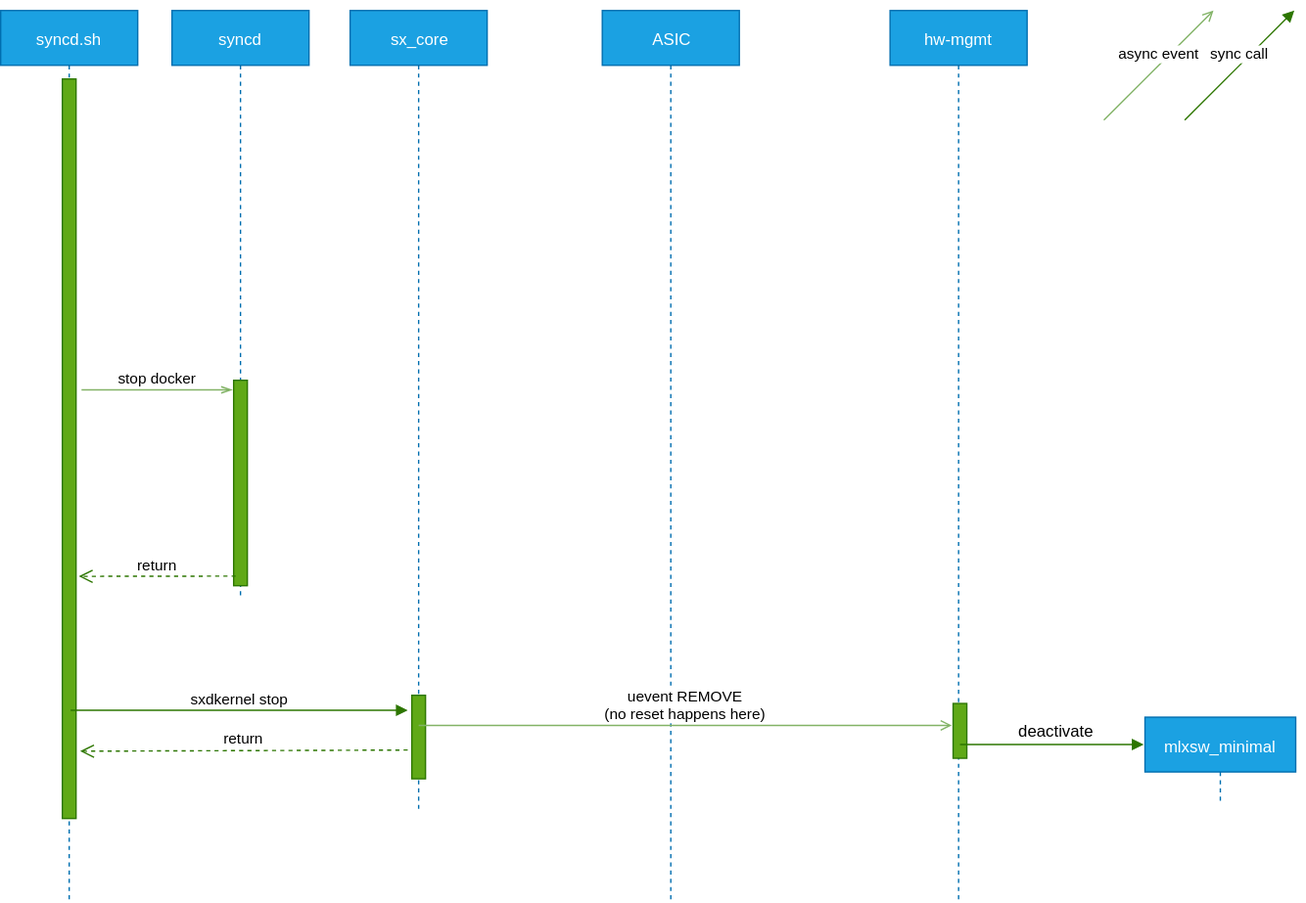
Before: doc/mlnx_only_doc/hw-mgmt-sxcore-syncd-stop.svg, a diagram exported from draw.io (stepanblyschak/SONiC). Source tidied: cells renumbered, new cells last; positions are measured from the earlier drawing's top-left corner, leaving out a move shared by most shapes.
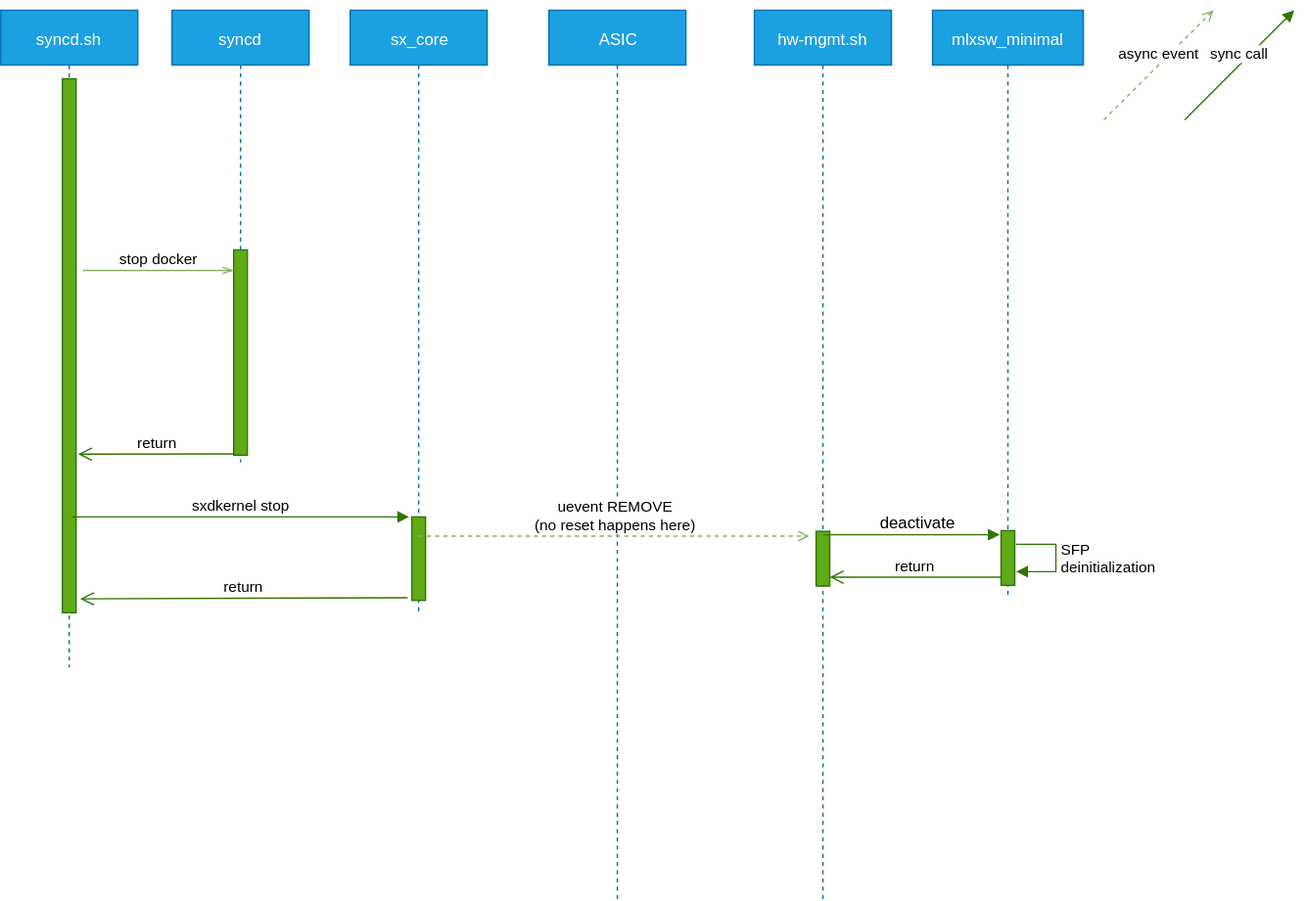
After the change.

Diff of the diagram source:
```diff
@@ -3,33 +3,33 @@
     <mxCell id="0" />
     <mxCell id="1" parent="0" />
     <mxCell id="2" value="syncd.sh" style="shape=umlLifeline;perimeter=lifelinePerimeter;whiteSpace=wrap;html=1;fillColor=#1ba1e2;strokeColor=#006EAF;fontColor=#ffffff;" parent="1" vertex="1">
-      <mxGeometry width="100" height="650" as="geometry" />
+      <mxGeometry width="100" height="480" as="geometry" />
     </mxCell>
     <mxCell id="3" style="html=1;points=[];perimeter=orthogonalPerimeter;fillColor=#60a917;strokeColor=#2D7600;fontColor=#ffffff;" parent="2" vertex="1">
-      <mxGeometry x="45" y="50" width="10" height="540" as="geometry" />
+      <mxGeometry x="45" y="50" width="10" height="390" as="geometry" />
     </mxCell>
     <mxCell id="4" value="ASIC" style="shape=umlLifeline;perimeter=lifelinePerimeter;whiteSpace=wrap;html=1;fillColor=#1ba1e2;strokeColor=#006EAF;fontColor=#ffffff;" parent="1" vertex="1">
-      <mxGeometry x="439" width="100" height="650" as="geometry" />
+      <mxGeometry x="400" width="100" height="650" as="geometry" />
     </mxCell>
-    <mxCell id="5" value="hw-mgmt" style="shape=umlLifeline;perimeter=lifelinePerimeter;whiteSpace=wrap;html=1;fillColor=#1ba1e2;strokeColor=#006EAF;fontColor=#ffffff;" parent="1" vertex="1">
-      <mxGeometry x="649" width="100" height="650" as="geometry" />
+    <mxCell id="5" value="hw-mgmt.sh" style="shape=umlLifeline;perimeter=lifelinePerimeter;whiteSpace=wrap;html=1;fillColor=#1ba1e2;strokeColor=#006EAF;fontColor=#ffffff;" parent="1" vertex="1">
+      <mxGeometry x="550" width="100" height="650" as="geometry" />
     </mxCell>
     <mxCell id="6" style="html=1;points=[];perimeter=orthogonalPerimeter;fillColor=#60a917;strokeColor=#2D7600;fontColor=#ffffff;" parent="5" vertex="1">
-      <mxGeometry x="46" y="506" width="10" height="40" as="geometry" />
+      <mxGeometry x="45" y="380.5" width="10" height="40" as="geometry" />
     </mxCell>
     <mxCell id="7" value="sx_core" style="shape=umlLifeline;perimeter=lifelinePerimeter;whiteSpace=wrap;html=1;fillColor=#1ba1e2;strokeColor=#006EAF;fontColor=#ffffff;" parent="1" vertex="1">
-      <mxGeometry x="255" width="100" height="585" as="geometry" />
+      <mxGeometry x="255" width="100" height="440" as="geometry" />
     </mxCell>
     <mxCell id="8" style="html=1;perimeter=orthogonalPerimeter;fillColor=#60a917;strokeColor=#2D7600;fontColor=#ffffff;" parent="7" vertex="1">
-      <mxGeometry x="45" y="500" width="10" height="61" as="geometry" />
+      <mxGeometry x="45" y="370" width="10" height="61" as="geometry" />
     </mxCell>
     <mxCell id="9" value="mlxsw_minimal" style="shape=umlLifeline;perimeter=lifelinePerimeter;whiteSpace=wrap;html=1;fillColor=#1ba1e2;strokeColor=#006EAF;fontColor=#ffffff;" parent="1" vertex="1">
-      <mxGeometry x="835" y="516" width="110" height="64" as="geometry" />
+      <mxGeometry x="680" width="110" height="430" as="geometry" />
     </mxCell>
     <mxCell id="10" style="html=1;verticalAlign=bottom;endArrow=block;fillColor=#60a917;strokeColor=#2D7600;" parent="1" edge="1">
       <mxGeometry relative="1" as="geometry">
-        <mxPoint x="700" y="536" as="sourcePoint" />
-        <mxPoint x="834" y="536" as="targetPoint" />
+        <mxPoint x="601" y="383" as="sourcePoint" />
+        <mxPoint x="729" y="383" as="targetPoint" />
       </mxGeometry>
     </mxCell>
     <mxCell id="11" value="deactivate" style="text;html=1;align=center;verticalAlign=middle;labelBackgroundColor=#ffffff;" parent="10" vertex="1">
@@ -38,12 +38,12 @@
       </mxGeometry>
     </mxCell>
     <mxCell id="12" value="syncd" style="shape=umlLifeline;perimeter=lifelinePerimeter;whiteSpace=wrap;html=1;fillColor=#1ba1e2;strokeColor=#006EAF;fontColor=#ffffff;" parent="1" vertex="1">
-      <mxGeometry x="125" width="100" height="430" as="geometry" />
+      <mxGeometry x="125" width="100" height="330" as="geometry" />
     </mxCell>
     <mxCell id="13" style="html=1;perimeter=orthogonalPerimeter;fillColor=#60a917;strokeColor=#2D7600;fontColor=#ffffff;" parent="12" vertex="1">
-      <mxGeometry x="45" y="270" width="10" height="150" as="geometry" />
+      <mxGeometry x="45" y="175" width="10" height="150" as="geometry" />
     </mxCell>
-    <mxCell id="14" value="async event" style="html=1;verticalAlign=bottom;endArrow=open;endFill=0;fillColor=#d5e8d4;strokeColor=#82b366;" parent="1" edge="1">
+    <mxCell id="14" value="async event" style="html=1;verticalAlign=bottom;endArrow=open;endFill=0;fillColor=#d5e8d4;strokeColor=#82b366;dashed=1;" parent="1" edge="1">
       <mxGeometry relative="1" as="geometry">
         <mxPoint x="805" y="80" as="sourcePoint" />
         <mxPoint x="885" as="targetPoint" />
@@ -57,32 +57,48 @@
     </mxCell>
     <mxCell id="16" value="stop docker" style="html=1;verticalAlign=bottom;endArrow=openThin;endFill=0;fillColor=#d5e8d4;strokeColor=#82b366;" parent="1" edge="1">
       <mxGeometry relative="1" as="geometry">
-        <mxPoint x="59" y="277" as="sourcePoint" />
-        <mxPoint x="169" y="277" as="targetPoint" />
+        <mxPoint x="60" y="190" as="sourcePoint" />
+        <mxPoint x="170" y="190" as="targetPoint" />
       </mxGeometry>
     </mxCell>
-    <mxCell id="17" value="return" style="html=1;verticalAlign=bottom;endArrow=open;dashed=1;endSize=8;fillColor=#60a917;strokeColor=#2D7600;entryX=1.3;entryY=0.909;entryDx=0;entryDy=0;entryPerimeter=0;" parent="1" edge="1" target="3">
+    <mxCell id="17" value="return" style="html=1;verticalAlign=bottom;endArrow=open;endSize=8;fillColor=#60a917;strokeColor=#2D7600;entryX=1.3;entryY=0.909;entryDx=0;entryDy=0;entryPerimeter=0;" parent="1" edge="1">
       <mxGeometry relative="1" as="geometry">
-        <mxPoint x="297" y="540" as="sourcePoint" />
+        <mxPoint x="297" y="429" as="sourcePoint" />
+        <mxPoint x="58" y="429.9" as="targetPoint" />
       </mxGeometry>
     </mxCell>
-    <mxCell id="18" value="uevent REMOVE&lt;br&gt;(no reset happens here)" style="html=1;verticalAlign=bottom;endArrow=open;endFill=0;fillColor=#d5e8d4;strokeColor=#82b366;" parent="1" edge="1">
+    <mxCell id="18" value="uevent REMOVE&lt;br&gt;(no reset happens here)" style="html=1;verticalAlign=bottom;endArrow=open;endFill=0;fillColor=#d5e8d4;strokeColor=#82b366;dashed=1;" parent="1" edge="1">
       <mxGeometry relative="1" as="geometry">
-        <mxPoint x="305" y="522" as="sourcePoint" />
-        <mxPoint x="694" y="522" as="targetPoint" />
+        <mxPoint x="305" y="384" as="sourcePoint" />
+        <mxPoint x="590" y="384" as="targetPoint" />
       </mxGeometry>
     </mxCell>
     <mxCell id="19" value="sxdkernel stop" style="html=1;verticalAlign=bottom;endArrow=block;fillColor=#60a917;strokeColor=#2D7600;" parent="1" edge="1">
       <mxGeometry relative="1" as="geometry">
-        <mxPoint x="51" y="511" as="sourcePoint" />
-        <mxPoint x="297" y="511" as="targetPoint" />
+        <mxPoint x="52" y="370" as="sourcePoint" />
+        <mxPoint x="298" y="370" as="targetPoint" />
       </mxGeometry>
     </mxCell>
-    <mxCell id="20" value="return" style="html=1;verticalAlign=bottom;endArrow=open;dashed=1;endSize=8;fillColor=#60a917;strokeColor=#2D7600;entryX=1.5;entryY=0.704;entryDx=0;entryDy=0;entryPerimeter=0;" parent="1" edge="1">
+    <mxCell id="20" value="return" style="html=1;verticalAlign=bottom;endArrow=open;endSize=8;fillColor=#60a917;strokeColor=#2D7600;entryX=1.5;entryY=0.704;entryDx=0;entryDy=0;entryPerimeter=0;" parent="1" edge="1">
       <mxGeometry relative="1" as="geometry">
-        <mxPoint x="171.5" y="413" as="sourcePoint" />
-        <mxPoint x="57" y="413.2" as="targetPoint" />
+        <mxPoint x="171" y="324" as="sourcePoint" />
+        <mxPoint x="56.5" y="324.2" as="targetPoint" />
       </mxGeometry>
     </mxCell>
+    <mxCell id="21" style="html=1;points=[];perimeter=orthogonalPerimeter;fillColor=#60a917;strokeColor=#2D7600;fontColor=#ffffff;" parent="1" vertex="1">
+      <mxGeometry x="730" y="380" width="10" height="40" as="geometry" />
+    </mxCell>
+    <mxCell id="22" value="return" style="html=1;verticalAlign=bottom;endArrow=open;endSize=8;fillColor=#60a917;strokeColor=#2D7600;entryX=1;entryY=0.838;entryDx=0;entryDy=0;entryPerimeter=0;exitX=0;exitY=0.85;exitDx=0;exitDy=0;exitPerimeter=0;" parent="1" edge="1" source="21" target="6">
+      <mxGeometry relative="1" as="geometry" />
+    </mxCell>
+    <mxCell id="23" value="SFP&lt;br&gt;deinitialization" style="edgeStyle=orthogonalEdgeStyle;html=1;align=left;spacingLeft=2;endArrow=block;rounded=0;fillColor=#60a917;strokeColor=#2D7600;exitX=1.141;exitY=0.251;exitDx=0;exitDy=0;exitPerimeter=0;" parent="1" edge="1" source="21">
+      <mxGeometry relative="1" as="geometry">
+        <mxPoint x="741" y="410" as="targetPoint" />
+        <Array as="points">
+          <mxPoint x="770" y="390" />
+          <mxPoint x="770" y="410" />
+        </Array>
+      </mxGeometry>
+    </mxCell>
   </root>
 </mxGraphModel>
```
